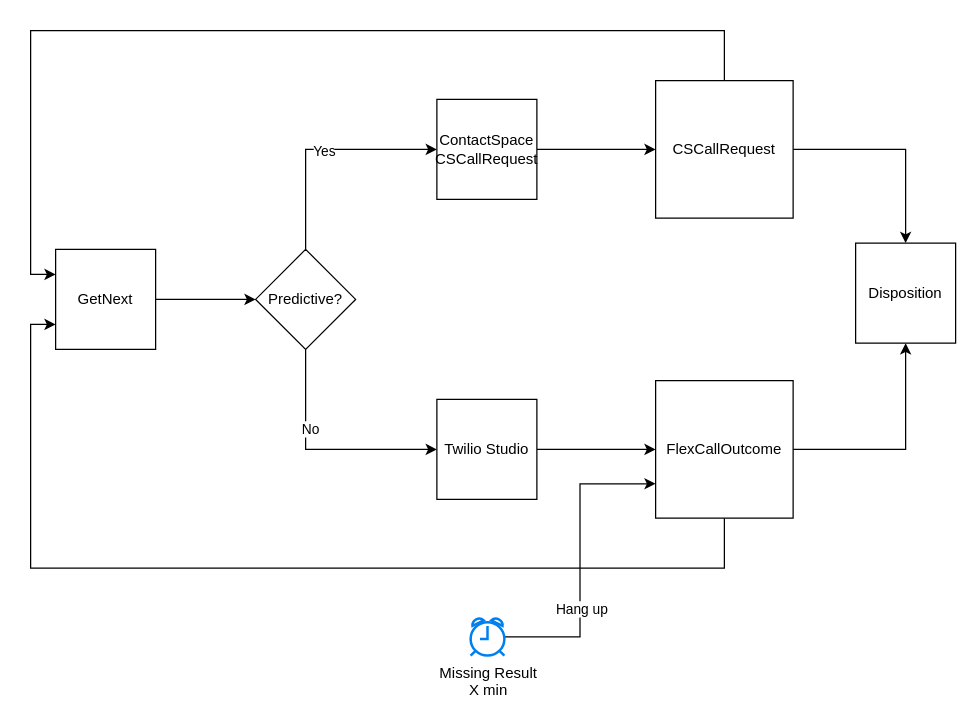
Earlier version of the draw.io diagram Blast Dialer.drawio (mfoulk/diagrams). Source tidied: cells renumbered, new cells numbered last; positions are measured from the earlier drawing's top-left corner, leaving out a move shared by most shapes. Both pictures are drawn from the tidied source at 125%, with x=0, y=0 at pixel (30, 30).
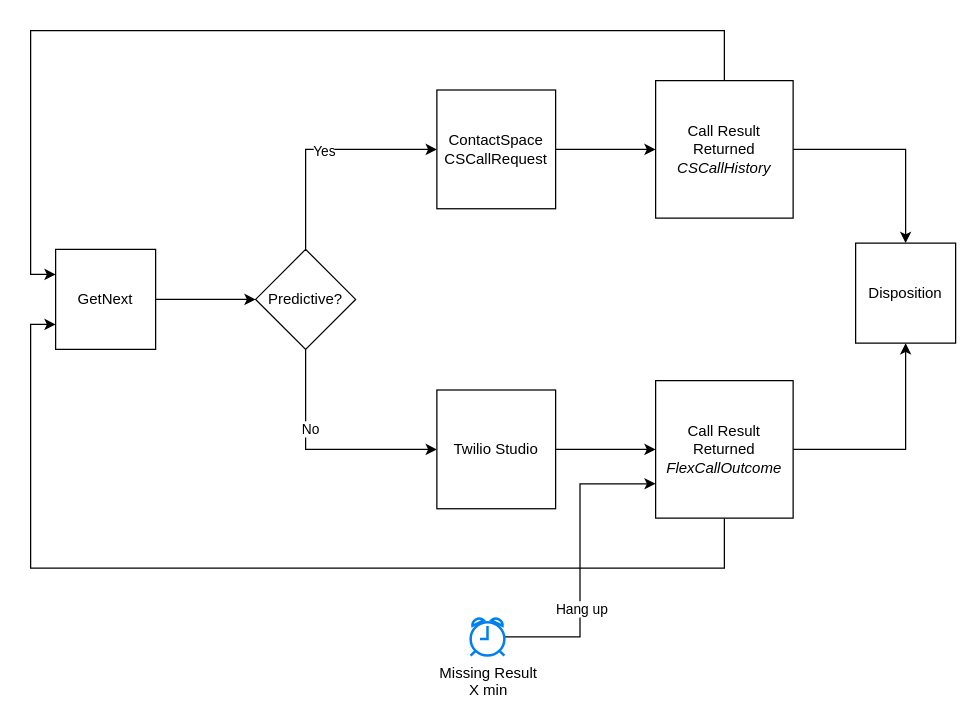
After the change.

What changed in the source:
```diff
@@
     <mxCell id="10" value="ContactSpace&lt;br&gt;CSCallRequest" style="whiteSpace=wrap;html=1;" parent="1" vertex="1">
-      <mxGeometry x="325" y="55" width="80" height="80" as="geometry" />
+      <mxGeometry x="325" y="47.5" width="95" height="95" as="geometry" />
     </mxCell>
@@
     <mxCell id="12" value="Twilio Studio" style="whiteSpace=wrap;html=1;" parent="1" vertex="1">
-      <mxGeometry x="325" y="295" width="80" height="80" as="geometry" />
+      <mxGeometry x="325" y="287.5" width="95" height="95" as="geometry" />
     </mxCell>
@@
-    <mxCell id="15" value="FlexCallOutcome" style="whiteSpace=wrap;html=1;" parent="1" vertex="1">
+    <mxCell id="15" value="Call Result Returned&lt;br&gt;&lt;i&gt;FlexCallOutcome&lt;/i&gt;" style="whiteSpace=wrap;html=1;" parent="1" vertex="1">
       <mxGeometry x="500" y="280" width="110" height="110" as="geometry" />
     </mxCell>
@@
-    <mxCell id="18" value="CSCallRequest" style="whiteSpace=wrap;html=1;" parent="1" vertex="1">
+    <mxCell id="18" value="Call Result Returned&lt;br&gt;&lt;i&gt;CSCallHistory&lt;/i&gt;" style="whiteSpace=wrap;html=1;" parent="1" vertex="1">
       <mxGeometry x="500" y="40" width="110" height="110" as="geometry" />
     </mxCell>
```
